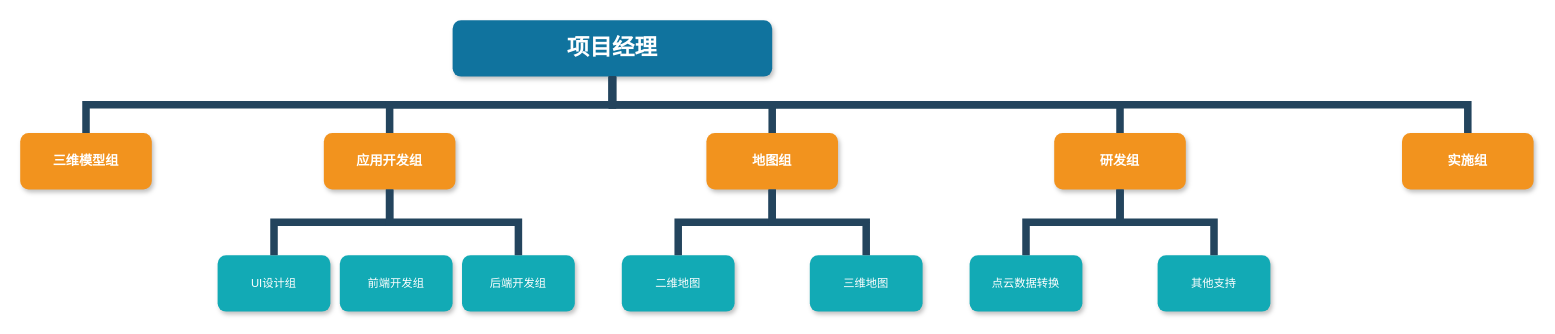
Above: 实施方案-人员组织架构.drawio in DeanTuYu/DrawIo (draw.io), before the change. Source tidied: cells renumbered, new cells numbered last; positions are measured from the earlier drawing's top-left corner, leaving out a move shared by most shapes. Both pictures are drawn from the tidied source at 94%, with x=0, y=0 at pixel (20, 20).
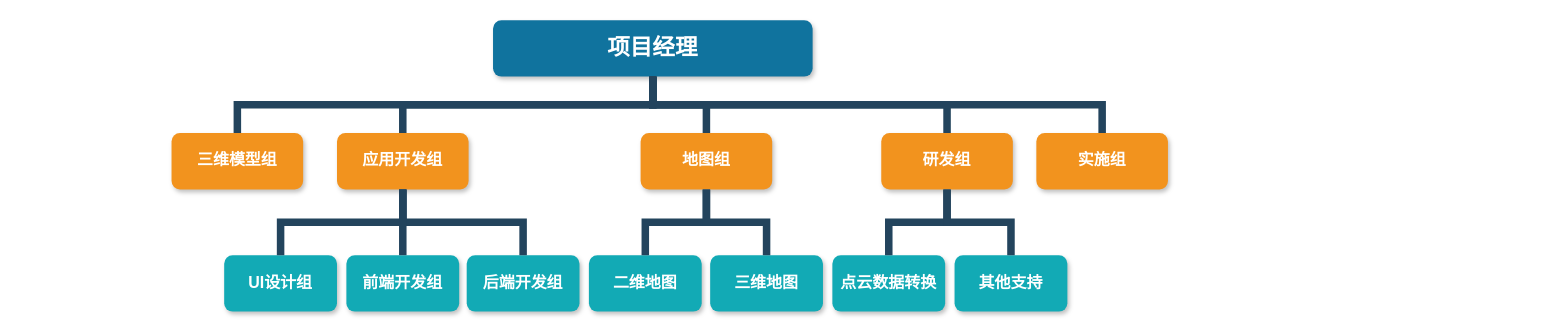
The same diagram, later.

Commit message (it also covers changes not shown here):
Update 实施方案-人员组织架构.drawio

The edit, as a diff of the source:
```diff
@@
     <mxCell id="2" value="项目经理" style="whiteSpace=wrap;rounded=1;shadow=1;fillColor=#10739E;strokeColor=none;fontColor=#FFFFFF;fontStyle=1;fontSize=24;" parent="1" vertex="1">
-      <mxGeometry x="460" width="340" height="60" as="geometry" />
+      <mxGeometry x="503" width="340" height="60" as="geometry" />
     </mxCell>
-    <mxCell id="3" value="三维模型组" style="whiteSpace=wrap;rounded=1;fillColor=#F2931E;strokeColor=none;shadow=1;fontColor=#FFFFFF;fontStyle=1;fontSize=14;" parent="1" vertex="1">
-      <mxGeometry y="120" width="140" height="60" as="geometry" />
+    <mxCell id="3" value="三维模型组" style="whiteSpace=wrap;rounded=1;fillColor=#F2931E;strokeColor=none;shadow=1;fontColor=#FFFFFF;fontStyle=1;fontSize=17;" parent="1" vertex="1">
+      <mxGeometry x="161" y="120" width="140" height="60" as="geometry" />
     </mxCell>
-    <mxCell id="4" value="实施组" style="whiteSpace=wrap;rounded=1;fillColor=#F2931E;strokeColor=none;shadow=1;fontColor=#FFFFFF;fontStyle=1;fontSize=14;" parent="1" vertex="1">
-      <mxGeometry x="1470" y="120" width="140" height="60" as="geometry" />
+    <mxCell id="4" value="实施组" style="whiteSpace=wrap;rounded=1;fillColor=#F2931E;strokeColor=none;shadow=1;fontColor=#FFFFFF;fontStyle=1;fontSize=17;" parent="1" vertex="1">
+      <mxGeometry x="1081" y="120" width="140" height="60" as="geometry" />
     </mxCell>
-    <mxCell id="5" value="应用开发组" style="whiteSpace=wrap;rounded=1;fillColor=#F2931E;strokeColor=none;shadow=1;fontColor=#FFFFFF;fontStyle=1;fontSize=14;" parent="1" vertex="1">
-      <mxGeometry x="323" y="120" width="140" height="60" as="geometry" />
+    <mxCell id="5" value="应用开发组" style="whiteSpace=wrap;rounded=1;fillColor=#F2931E;strokeColor=none;shadow=1;fontColor=#FFFFFF;fontStyle=1;fontSize=17;" parent="1" vertex="1">
+      <mxGeometry x="337" y="120" width="140" height="60" as="geometry" />
     </mxCell>
-    <mxCell id="6" value="地图组" style="whiteSpace=wrap;rounded=1;fillColor=#F2931E;strokeColor=none;shadow=1;fontColor=#FFFFFF;fontStyle=1;fontSize=14;" parent="1" vertex="1">
-      <mxGeometry x="730" y="120" width="140" height="60" as="geometry" />
+    <mxCell id="6" value="地图组" style="whiteSpace=wrap;rounded=1;fillColor=#F2931E;strokeColor=none;shadow=1;fontColor=#FFFFFF;fontStyle=1;fontSize=17;" parent="1" vertex="1">
+      <mxGeometry x="660" y="120" width="140" height="60" as="geometry" />
     </mxCell>
-    <mxCell id="7" value="研发组" style="whiteSpace=wrap;rounded=1;fillColor=#F2931E;strokeColor=none;shadow=1;fontColor=#FFFFFF;fontStyle=1;fontSize=14;" parent="1" vertex="1">
-      <mxGeometry x="1100" y="120" width="140" height="60" as="geometry" />
+    <mxCell id="7" value="研发组" style="whiteSpace=wrap;rounded=1;fillColor=#F2931E;strokeColor=none;shadow=1;fontColor=#FFFFFF;fontStyle=1;fontSize=17;" parent="1" vertex="1">
+      <mxGeometry x="916" y="120" width="140" height="60" as="geometry" />
     </mxCell>
-    <mxCell id="8" value="UI设计组" style="whiteSpace=wrap;rounded=1;fillColor=#12AAB5;strokeColor=none;shadow=1;fontColor=#FFFFFF;" parent="1" vertex="1">
-      <mxGeometry x="210" y="250" width="120" height="60" as="geometry" />
+    <mxCell id="8" value="UI设计组" style="whiteSpace=wrap;rounded=1;fillColor=#12AAB5;strokeColor=none;shadow=1;fontColor=#FFFFFF;fontSize=17;fontStyle=1;" parent="1" vertex="1">
+      <mxGeometry x="217" y="250" width="120" height="60" as="geometry" />
     </mxCell>
-    <mxCell id="9" value="后端开发组" style="whiteSpace=wrap;rounded=1;fillColor=#12AAB5;strokeColor=none;shadow=1;fontColor=#FFFFFF;" parent="1" vertex="1">
-      <mxGeometry x="470" y="250" width="120" height="60" as="geometry" />
+    <mxCell id="9" value="后端开发组" style="whiteSpace=wrap;rounded=1;fillColor=#12AAB5;strokeColor=none;shadow=1;fontColor=#FFFFFF;fontSize=17;fontStyle=1;" parent="1" vertex="1">
+      <mxGeometry x="475" y="250" width="120" height="60" as="geometry" />
     </mxCell>
-    <mxCell id="10" value="二维地图" style="whiteSpace=wrap;rounded=1;fillColor=#12AAB5;strokeColor=none;shadow=1;fontColor=#FFFFFF;" parent="1" vertex="1">
-      <mxGeometry x="640" y="250" width="120" height="60" as="geometry" />
+    <mxCell id="10" value="二维地图" style="whiteSpace=wrap;rounded=1;fillColor=#12AAB5;strokeColor=none;shadow=1;fontColor=#FFFFFF;fontSize=17;fontStyle=1;" parent="1" vertex="1">
+      <mxGeometry x="605" y="250" width="120" height="60" as="geometry" />
     </mxCell>
-    <mxCell id="11" value="三维地图" style="whiteSpace=wrap;rounded=1;fillColor=#12AAB5;strokeColor=none;shadow=1;fontColor=#FFFFFF;" parent="1" vertex="1">
-      <mxGeometry x="840" y="250" width="120" height="60" as="geometry" />
+    <mxCell id="11" value="三维地图" style="whiteSpace=wrap;rounded=1;fillColor=#12AAB5;strokeColor=none;shadow=1;fontColor=#FFFFFF;fontSize=17;fontStyle=1;" parent="1" vertex="1">
+      <mxGeometry x="734" y="250" width="120" height="60" as="geometry" />
     </mxCell>
-    <mxCell id="12" value="点云数据转换" style="whiteSpace=wrap;rounded=1;fillColor=#12AAB5;strokeColor=none;shadow=1;fontColor=#FFFFFF;" parent="1" vertex="1">
-      <mxGeometry x="1010" y="250" width="120" height="60" as="geometry" />
+    <mxCell id="12" value="点云数据转换" style="whiteSpace=wrap;rounded=1;fillColor=#12AAB5;strokeColor=none;shadow=1;fontColor=#FFFFFF;fontSize=17;fontStyle=1;" parent="1" vertex="1">
+      <mxGeometry x="864" y="250" width="120" height="60" as="geometry" />
     </mxCell>
-    <mxCell id="13" value="其他支持" style="whiteSpace=wrap;rounded=1;fillColor=#12AAB5;strokeColor=none;shadow=1;fontColor=#FFFFFF;" parent="1" vertex="1">
-      <mxGeometry x="1210" y="250" width="120" height="60" as="geometry" />
+    <mxCell id="13" value="其他支持" style="whiteSpace=wrap;rounded=1;fillColor=#12AAB5;strokeColor=none;shadow=1;fontColor=#FFFFFF;fontSize=17;fontStyle=1;" parent="1" vertex="1">
+      <mxGeometry x="994" y="250" width="120" height="60" as="geometry" />
     </mxCell>
@@
-    <mxCell id="25" value="前端开发组" style="whiteSpace=wrap;rounded=1;fillColor=#12AAB5;strokeColor=none;shadow=1;fontColor=#FFFFFF;" parent="1" vertex="1">
-      <mxGeometry x="340" y="250" width="120" height="60" as="geometry" />
+    <mxCell id="25" value="前端开发组" style="whiteSpace=wrap;rounded=1;fillColor=#12AAB5;strokeColor=none;shadow=1;fontColor=#FFFFFF;fontSize=17;fontStyle=1;" parent="1" vertex="1">
+      <mxGeometry x="347" y="250" width="120" height="60" as="geometry" />
     </mxCell>
+    <mxCell id="26" style="edgeStyle=elbowEdgeStyle;elbow=vertical;rounded=0;fontColor=#000000;endArrow=none;endFill=0;strokeWidth=8;strokeColor=#23445D;" parent="1" edge="1" source="5" target="25">
+      <mxGeometry relative="1" as="geometry" />
+    </mxCell>
```
